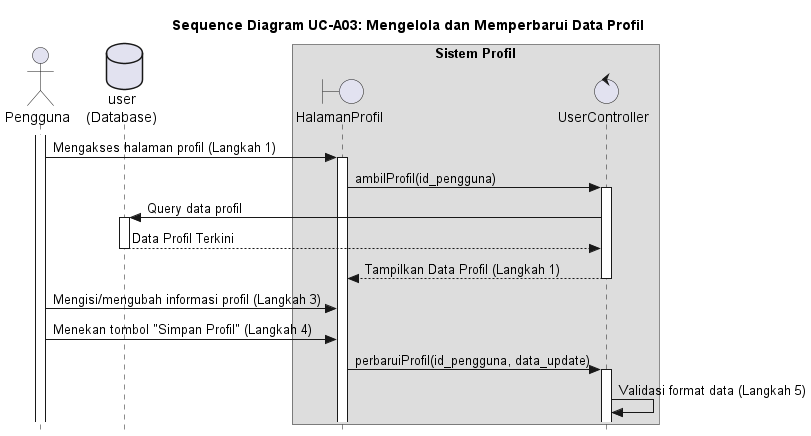
The PlantUML diagram out/UC-A03/SD-UC-A03_UpdateProfil.png in alfiahnurfa/RSI-PROYEK-AKHIR-SEQUENCE, before a commit.
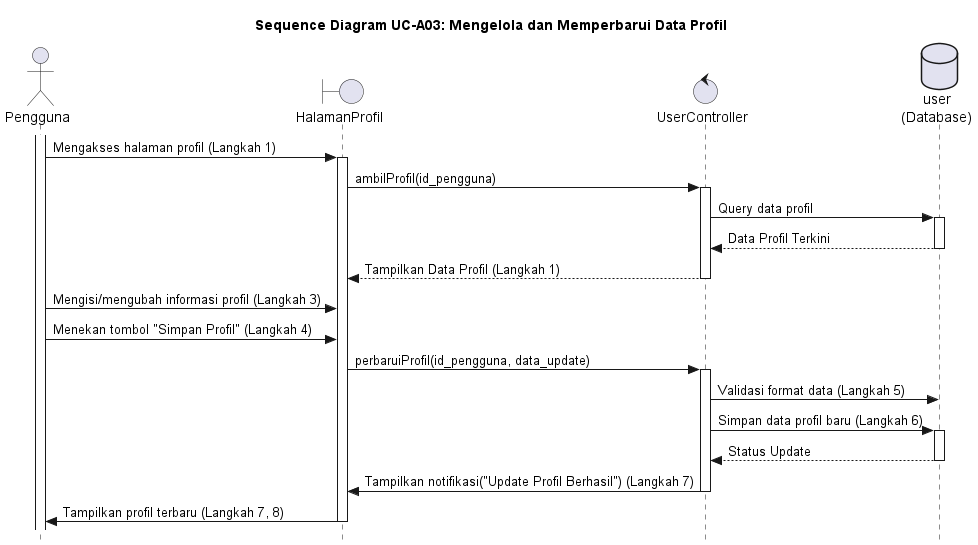
The same diagram one commit later.

Diff of the diagram source:
```diff
@@ -7,10 +7,6 @@
 control UserController
 database user as "user\n(Database)"
 
-box "Sistem Profil"
-    participant HalamanProfil
-    participant UserController
-end box
 
 activate Pengguna
 
@@ -32,8 +28,18 @@
 HalamanProfil -> UserController : perbaruiProfil(id_pengguna, data_update)
 activate UserController
 
-UserController -> UserController : Validasi format data (Langkah 5)
+UserController -> user : Validasi format data (Langkah 5)
 
+UserController -> user : Simpan data profil baru (Langkah 6)
+activate user
+user --> UserController : Status Update
+deactivate user
+
+UserController -> HalamanProfil : Tampilkan notifikasi("Update Profil Berhasil") (Langkah 7)
+deactivate UserController
+
+HalamanProfil -> Pengguna : Tampilkan profil terbaru (Langkah 7, 8)
+deactivate HalamanProfil
 
 
 
```
